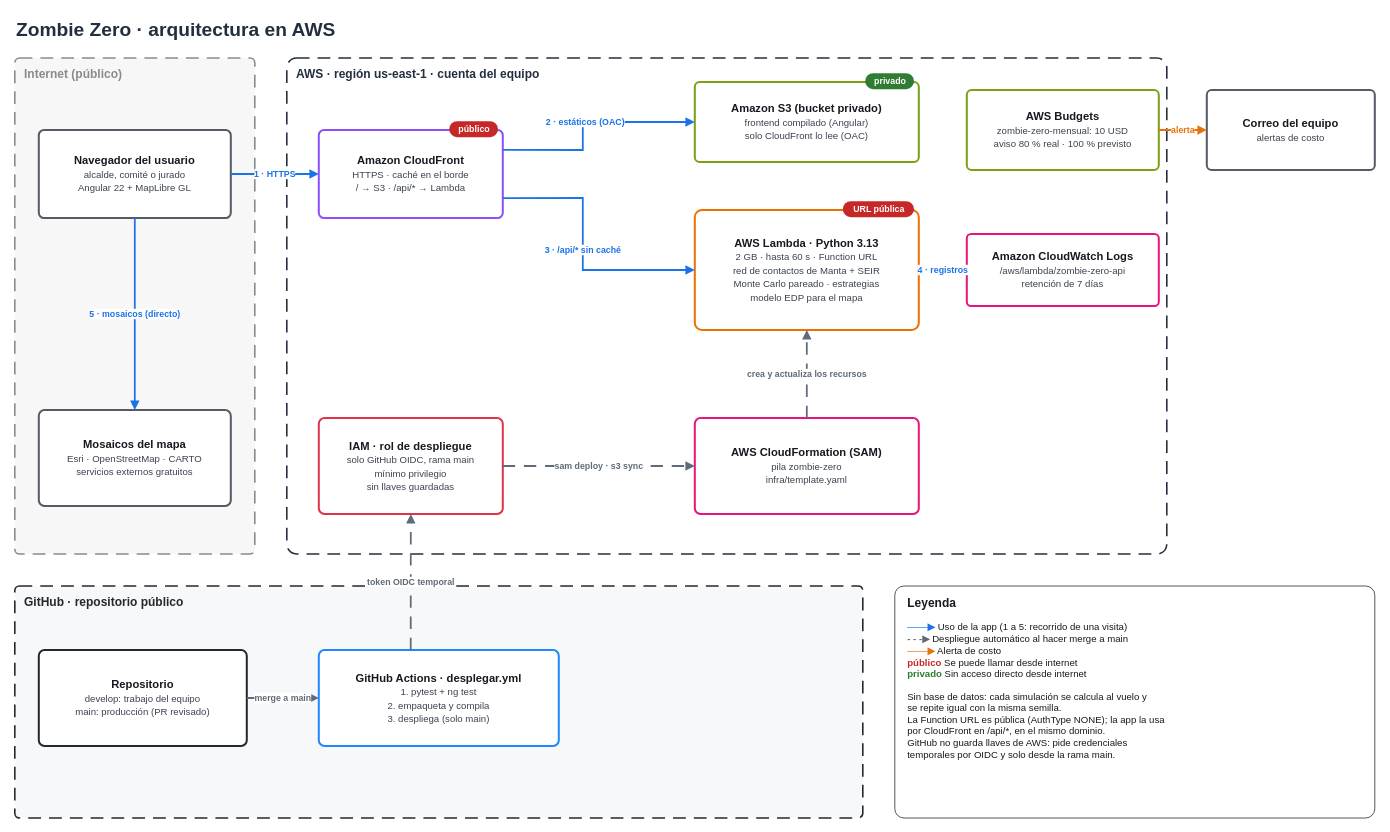
Above: docs/arquitectura.drawio in LeonardoVelez23/zombie-zero (draw.io), before the change. Source tidied: cells renumbered, new cells numbered last; positions are measured from the earlier drawing's top-left corner, leaving out a move shared by most shapes. Both pictures are drawn from the tidied source at 80%, with x=0, y=0 at pixel (14, 14).
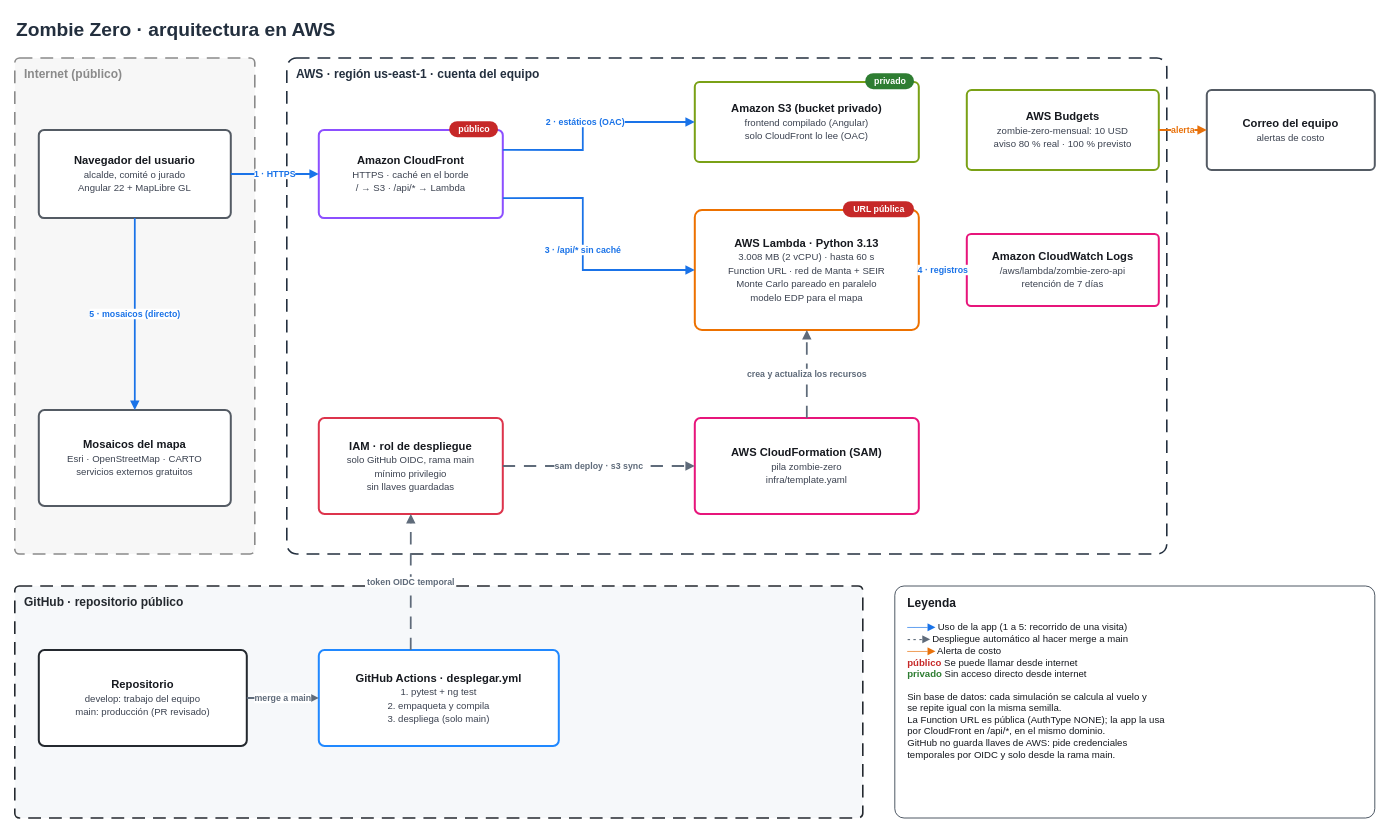
After the change.

Commit message (it also covers changes not shown here):
docs: memoria de la Lambda y tamaño del mapa en costos y arquitectura

What changed in the source:
```diff
@@
-    <mxCell id="12" value="&lt;b&gt;AWS Lambda · Python 3.13&lt;/b&gt;&lt;br&gt;&lt;font style=&quot;font-size:12px&quot; color=&quot;#3B4250&quot;&gt;2 GB · hasta 60 s · Function URL&lt;/font&gt;&lt;br&gt;&lt;font style=&quot;font-size:12px&quot; color=&quot;#3B4250&quot;&gt;red de contactos de Manta + SEIR&lt;/font&gt;&lt;br&gt;&lt;font style=&quot;font-size:12px&quot; color=&quot;#3B4250&quot;&gt;Monte Carlo pareado · estrategias&lt;/font&gt;&lt;br&gt;&lt;font style=&quot;font-size:12px&quot; color=&quot;#3B4250&quot;&gt;modelo EDP para el mapa&lt;/font&gt;" style="rounded=1;arcSize=6;html=1;whiteSpace=wrap;fillColor=#FFFFFF;strokeColor=#ED7100;strokeWidth=2.5;fontSize=14;fontColor=#16191F;" parent="1" vertex="1">
+    <mxCell id="12" value="&lt;b&gt;AWS Lambda · Python 3.13&lt;/b&gt;&lt;br&gt;&lt;font style=&quot;font-size:12px&quot; color=&quot;#3B4250&quot;&gt;3.008 MB (2 vCPU) · hasta 60 s&lt;/font&gt;&lt;br&gt;&lt;font style=&quot;font-size:12px&quot; color=&quot;#3B4250&quot;&gt;Function URL · red de Manta + SEIR&lt;/font&gt;&lt;br&gt;&lt;font style=&quot;font-size:12px&quot; color=&quot;#3B4250&quot;&gt;Monte Carlo pareado en paralelo&lt;/font&gt;&lt;br&gt;&lt;font style=&quot;font-size:12px&quot; color=&quot;#3B4250&quot;&gt;modelo EDP para el mapa&lt;/font&gt;" style="rounded=1;arcSize=6;html=1;whiteSpace=wrap;fillColor=#FFFFFF;strokeColor=#ED7100;strokeWidth=2.5;fontSize=14;fontColor=#16191F;" parent="1" vertex="1">
       <mxGeometry x="850" y="245" width="280" height="150" as="geometry" />
     </mxCell>
```
